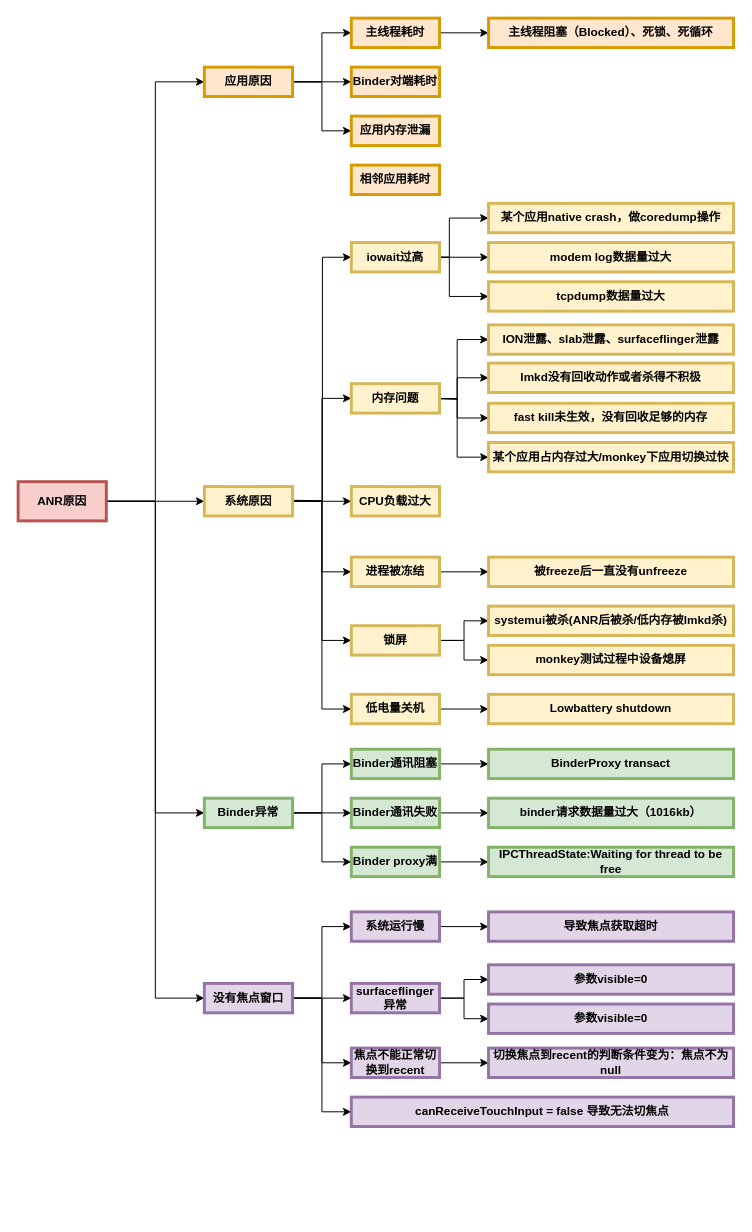
This is ANR原因.drawio from qiutianfu1994/Android-Camera-App, a draw.io file, before an edit. Source tidied: cells renumbered, new cells numbered last; positions are measured from the earlier drawing's top-left corner, leaving out a move shared by most shapes. Both pictures are drawn from the tidied source at 98%, with x=0, y=0 at pixel (18, 18).
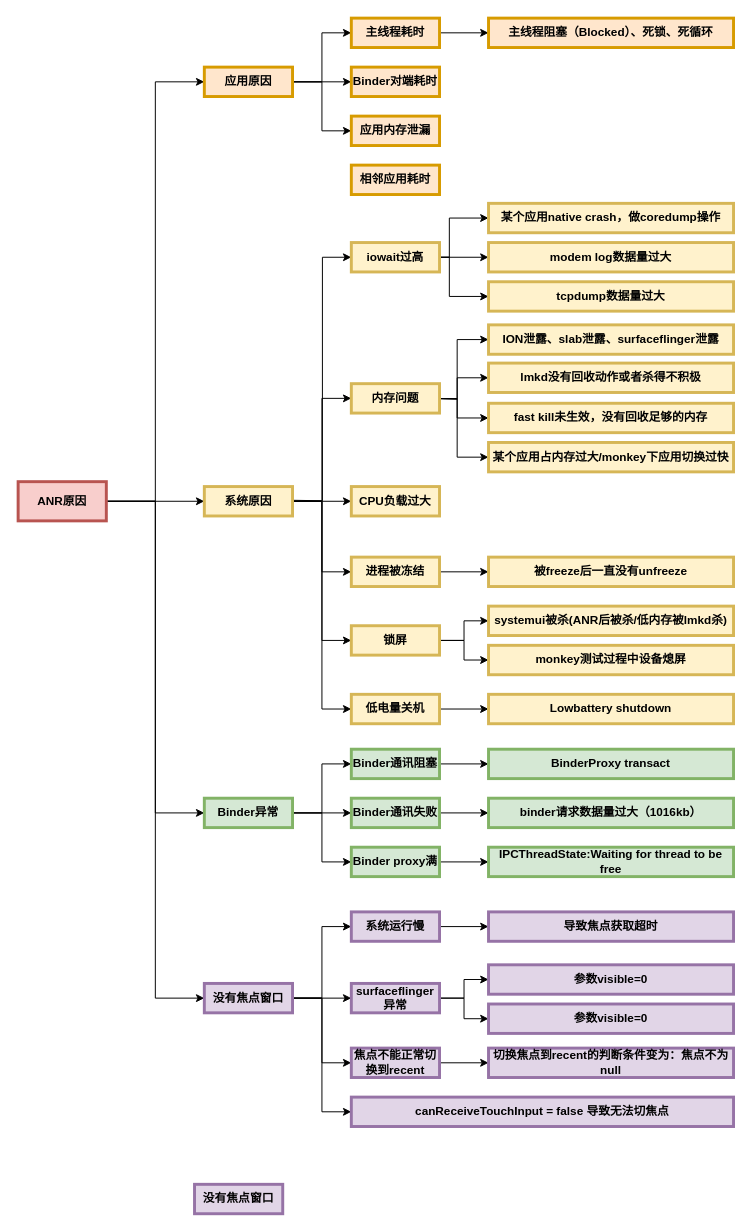
Above is the later version.

What changed in the source:
```diff
@@
+    <mxCell id="82" value="没有焦点窗口" style="whiteSpace=wrap;align=center;verticalAlign=middle;fontStyle=1;strokeWidth=3;fillColor=#e1d5e7;strokeColor=#9673a6;" parent="1" vertex="1">
+      <mxGeometry x="180" y="1190" width="90" height="30" as="geometry" />
+    </mxCell>
```
